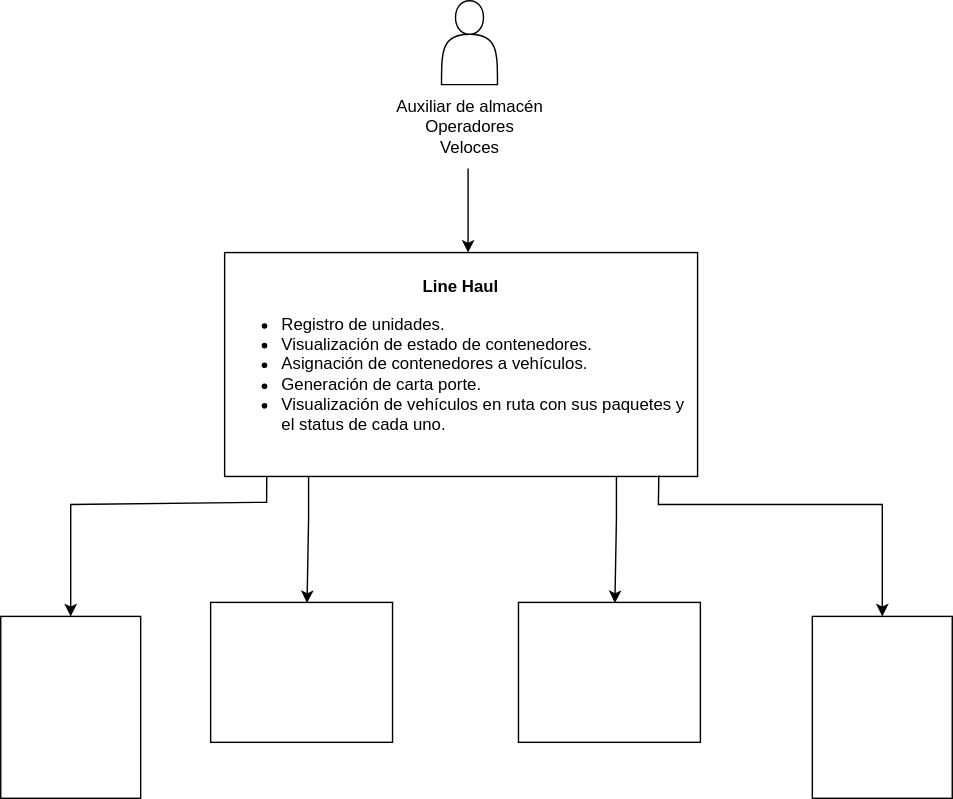
Above: Diagrama C1 Line Haul.svg in dani99m/Diagramas (draw.io), before the change. Source tidied: cells renumbered, new cells last; positions are measured from the earlier drawing's top-left corner, leaving out a move shared by most shapes. The source it was exported from:
```xml
<mxGraphModel>
  <root>
    <mxCell id="0" />
    <mxCell id="1" parent="0" />
    <mxCell id="2" style="shape=actor;whiteSpace=wrap;html=1;" parent="1" vertex="1">
      <mxGeometry x="315" width="40" height="60" as="geometry" />
    </mxCell>
    <mxCell id="3" value="Auxiliar de almacén&lt;br&gt;Operadores&lt;br&gt;Veloces&lt;br&gt;" style="text;html=1;align=center;verticalAlign=middle;strokeColor=none;fillColor=none;" parent="1" vertex="1">
      <mxGeometry x="270" y="60" width="130" height="60" as="geometry" />
    </mxCell>
    <mxCell id="4" style="endArrow=classic;html=1;rounded=0;" parent="1" edge="1">
      <mxGeometry relative="1" as="geometry">
        <mxPoint x="334" y="120" as="sourcePoint" />
        <mxPoint x="334" y="180" as="targetPoint" />
        <Array as="points">
          <mxPoint x="334" y="150" />
        </Array>
      </mxGeometry>
    </mxCell>
    <mxCell id="5" value="&lt;b style=&quot;background-color: initial;&quot;&gt;Line Haul&lt;br&gt;&lt;/b&gt;&lt;ul&gt;&lt;li style=&quot;text-align: left;&quot;&gt;Registro de unidades.&lt;/li&gt;&lt;li style=&quot;text-align: left;&quot;&gt;Visualización de estado de contenedores.&lt;/li&gt;&lt;li style=&quot;text-align: left;&quot;&gt;Asignación de contenedores a vehículos.&lt;/li&gt;&lt;li style=&quot;text-align: left;&quot;&gt;Generación de carta porte.&lt;/li&gt;&lt;li style=&quot;text-align: left;&quot;&gt;Visualización de vehículos en ruta con sus paquetes y el status de cada uno.&lt;/li&gt;&lt;/ul&gt;" style="rounded=0;whiteSpace=wrap;html=1;" parent="1" vertex="1">
      <mxGeometry x="160" y="180" width="338" height="160" as="geometry" />
    </mxCell>
    <mxCell id="6" style="endArrow=classic;html=1;rounded=0;exitX=0.918;exitY=0.996;exitDx=0;exitDy=0;exitPerimeter=0;" parent="1" edge="1" source="5">
      <mxGeometry relative="1" as="geometry">
        <mxPoint x="630" y="440" as="targetPoint" />
        <Array as="points">
          <mxPoint x="470" y="360" />
          <mxPoint x="630" y="360" />
        </Array>
      </mxGeometry>
    </mxCell>
    <mxCell id="7" style="endArrow=classic;html=1;rounded=0;exitX=0.788;exitY=1.01;exitDx=0;exitDy=0;exitPerimeter=0;entryX=0.5;entryY=0;entryDx=0;entryDy=0;" parent="1" edge="1" target="9">
      <mxGeometry relative="1" as="geometry">
        <mxPoint x="190.1" y="340" as="sourcePoint" />
        <Array as="points">
          <mxPoint x="190" y="358.4" />
          <mxPoint x="50" y="360" />
        </Array>
      </mxGeometry>
    </mxCell>
    <mxCell id="8" style="rounded=0;whiteSpace=wrap;html=1;" parent="1" vertex="1">
      <mxGeometry x="580" y="440" width="100" height="130" as="geometry" />
    </mxCell>
    <mxCell id="9" style="rounded=0;whiteSpace=wrap;html=1;" parent="1" vertex="1">
      <mxGeometry y="440" width="100" height="130" as="geometry" />
    </mxCell>
    <mxCell id="10" style="endArrow=classic;html=1;rounded=0;entryX=0.53;entryY=0.005;entryDx=0;entryDy=0;entryPerimeter=0;" parent="1" edge="1" target="11">
      <mxGeometry relative="1" as="geometry">
        <mxPoint x="440" y="340" as="sourcePoint" />
        <Array as="points">
          <mxPoint x="440" y="370" />
        </Array>
      </mxGeometry>
    </mxCell>
    <mxCell id="11" style="rounded=0;whiteSpace=wrap;html=1;" parent="1" vertex="1">
      <mxGeometry x="370" y="430" width="130" height="100" as="geometry" />
    </mxCell>
    <mxCell id="12" style="endArrow=classic;html=1;rounded=0;entryX=0.53;entryY=0.005;entryDx=0;entryDy=0;entryPerimeter=0;" parent="1" edge="1" target="13">
      <mxGeometry relative="1" as="geometry">
        <mxPoint x="220" y="340" as="sourcePoint" />
        <Array as="points">
          <mxPoint x="220" y="370" />
        </Array>
      </mxGeometry>
    </mxCell>
    <mxCell id="13" style="rounded=0;whiteSpace=wrap;html=1;" parent="1" vertex="1">
      <mxGeometry x="150" y="430" width="130" height="100" as="geometry" />
    </mxCell>
  </root>
</mxGraphModel>
```
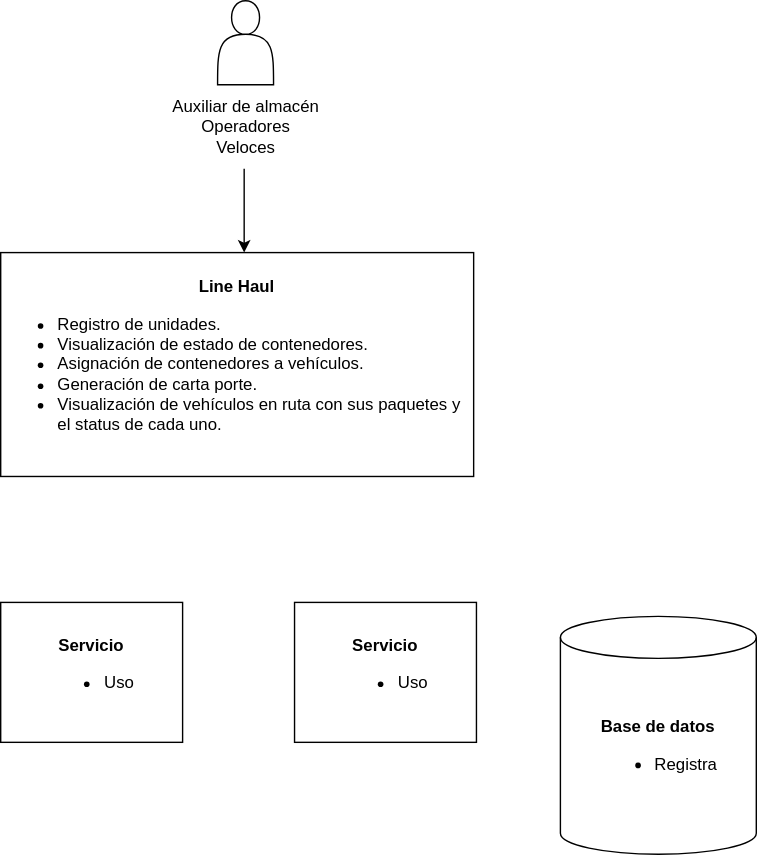
The same file after the commit.

Diff of the diagram source:
```diff
@@ -20,51 +20,14 @@
     <mxCell id="5" value="&lt;b style=&quot;background-color: initial;&quot;&gt;Line Haul&lt;br&gt;&lt;/b&gt;&lt;ul&gt;&lt;li style=&quot;text-align: left;&quot;&gt;Registro de unidades.&lt;/li&gt;&lt;li style=&quot;text-align: left;&quot;&gt;Visualización de estado de contenedores.&lt;/li&gt;&lt;li style=&quot;text-align: left;&quot;&gt;Asignación de contenedores a vehículos.&lt;/li&gt;&lt;li style=&quot;text-align: left;&quot;&gt;Generación de carta porte.&lt;/li&gt;&lt;li style=&quot;text-align: left;&quot;&gt;Visualización de vehículos en ruta con sus paquetes y el status de cada uno.&lt;/li&gt;&lt;/ul&gt;" style="rounded=0;whiteSpace=wrap;html=1;" parent="1" vertex="1">
       <mxGeometry x="160" y="180" width="338" height="160" as="geometry" />
     </mxCell>
-    <mxCell id="6" style="endArrow=classic;html=1;rounded=0;exitX=0.918;exitY=0.996;exitDx=0;exitDy=0;exitPerimeter=0;" parent="1" edge="1" source="5">
-      <mxGeometry relative="1" as="geometry">
-        <mxPoint x="630" y="440" as="targetPoint" />
-        <Array as="points">
-          <mxPoint x="470" y="360" />
-          <mxPoint x="630" y="360" />
-        </Array>
-      </mxGeometry>
-    </mxCell>
-    <mxCell id="7" style="endArrow=classic;html=1;rounded=0;exitX=0.788;exitY=1.01;exitDx=0;exitDy=0;exitPerimeter=0;entryX=0.5;entryY=0;entryDx=0;entryDy=0;" parent="1" edge="1" target="9">
-      <mxGeometry relative="1" as="geometry">
-        <mxPoint x="190.1" y="340" as="sourcePoint" />
-        <Array as="points">
-          <mxPoint x="190" y="358.4" />
-          <mxPoint x="50" y="360" />
-        </Array>
-      </mxGeometry>
-    </mxCell>
-    <mxCell id="8" style="rounded=0;whiteSpace=wrap;html=1;" parent="1" vertex="1">
-      <mxGeometry x="580" y="440" width="100" height="130" as="geometry" />
-    </mxCell>
-    <mxCell id="9" style="rounded=0;whiteSpace=wrap;html=1;" parent="1" vertex="1">
-      <mxGeometry y="440" width="100" height="130" as="geometry" />
-    </mxCell>
-    <mxCell id="10" style="endArrow=classic;html=1;rounded=0;entryX=0.53;entryY=0.005;entryDx=0;entryDy=0;entryPerimeter=0;" parent="1" edge="1" target="11">
-      <mxGeometry relative="1" as="geometry">
-        <mxPoint x="440" y="340" as="sourcePoint" />
-        <Array as="points">
-          <mxPoint x="440" y="370" />
-        </Array>
-      </mxGeometry>
-    </mxCell>
-    <mxCell id="11" style="rounded=0;whiteSpace=wrap;html=1;" parent="1" vertex="1">
+    <mxCell id="11" value="&lt;b&gt;Servicio&lt;/b&gt;&lt;br&gt;&lt;div style=&quot;text-align: left;&quot;&gt;&lt;ul&gt;&lt;li&gt;&lt;span style=&quot;background-color: initial;&quot;&gt;Uso&lt;/span&gt;&lt;/li&gt;&lt;/ul&gt;&lt;/div&gt;" style="rounded=0;whiteSpace=wrap;html=1;" parent="1" vertex="1">
       <mxGeometry x="370" y="430" width="130" height="100" as="geometry" />
     </mxCell>
-    <mxCell id="12" style="endArrow=classic;html=1;rounded=0;entryX=0.53;entryY=0.005;entryDx=0;entryDy=0;entryPerimeter=0;" parent="1" edge="1" target="13">
-      <mxGeometry relative="1" as="geometry">
-        <mxPoint x="220" y="340" as="sourcePoint" />
-        <Array as="points">
-          <mxPoint x="220" y="370" />
-        </Array>
-      </mxGeometry>
-    </mxCell>
-    <mxCell id="13" style="rounded=0;whiteSpace=wrap;html=1;" parent="1" vertex="1">
-      <mxGeometry x="150" y="430" width="130" height="100" as="geometry" />
-    </mxCell>
+    <mxCell id="14" value="&lt;b&gt;Base de datos&lt;/b&gt;&lt;br&gt;&lt;div style=&quot;text-align: left;&quot;&gt;&lt;ul&gt;&lt;li&gt;&lt;span style=&quot;background-color: initial;&quot;&gt;Registra&lt;/span&gt;&lt;/li&gt;&lt;/ul&gt;&lt;/div&gt;" style="shape=cylinder3;whiteSpace=wrap;html=1;boundedLbl=1;backgroundOutline=1;size=15;" parent="1" vertex="1">
+      <mxGeometry x="560" y="440" width="140" height="170" as="geometry" />
+    </mxCell>
+    <mxCell id="15" value="&lt;b&gt;Servicio&lt;/b&gt;&lt;br&gt;&lt;div style=&quot;text-align: left;&quot;&gt;&lt;ul&gt;&lt;li&gt;&lt;span style=&quot;background-color: initial;&quot;&gt;Uso&lt;/span&gt;&lt;/li&gt;&lt;/ul&gt;&lt;/div&gt;" style="rounded=0;whiteSpace=wrap;html=1;" parent="1" vertex="1">
+      <mxGeometry x="160" y="430" width="130" height="100" as="geometry" />
+    </mxCell>
   </root>
 </mxGraphModel>
```
